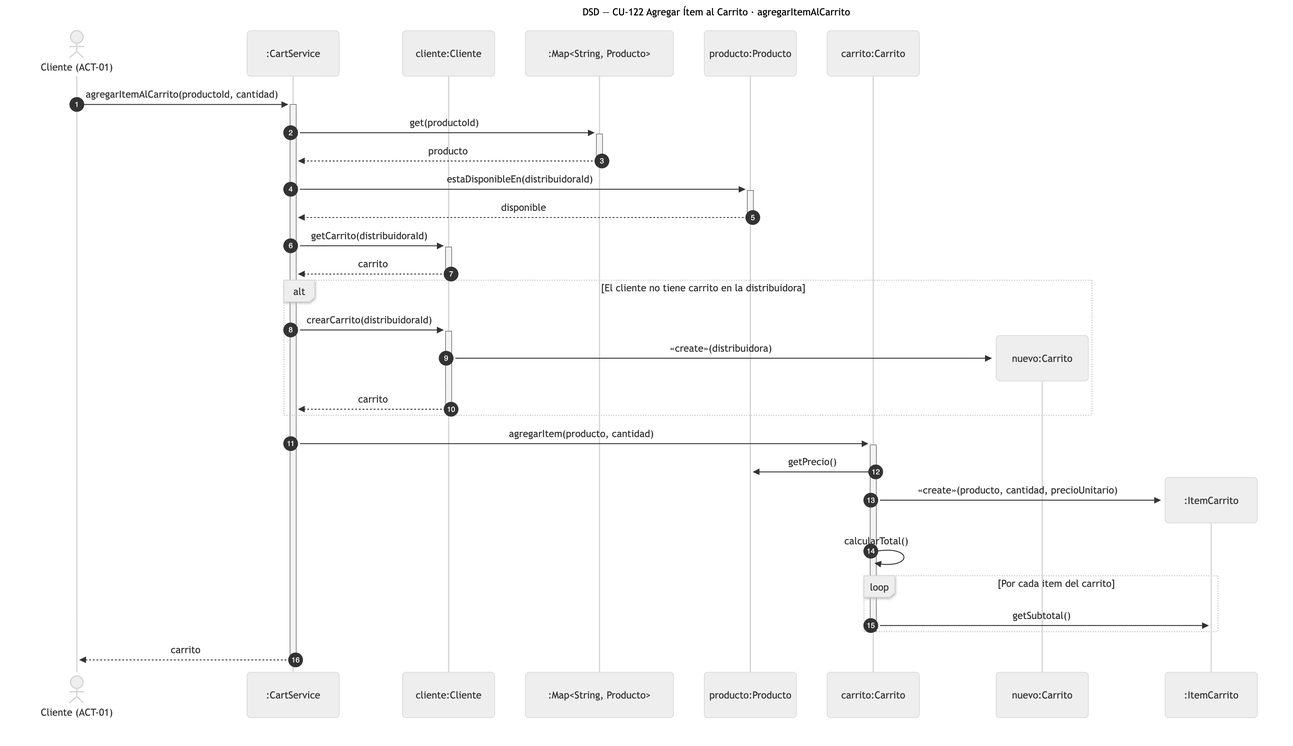
Before: diagramas/png/DSD_CU-122_agregarItemAlCarrito.png, a diagram exported from Mermaid (Nahuelito-Dev/splg-docs). Its source is kept beside it as diagramas/DSD_CU-122_agregarItemAlCarrito.mmd.
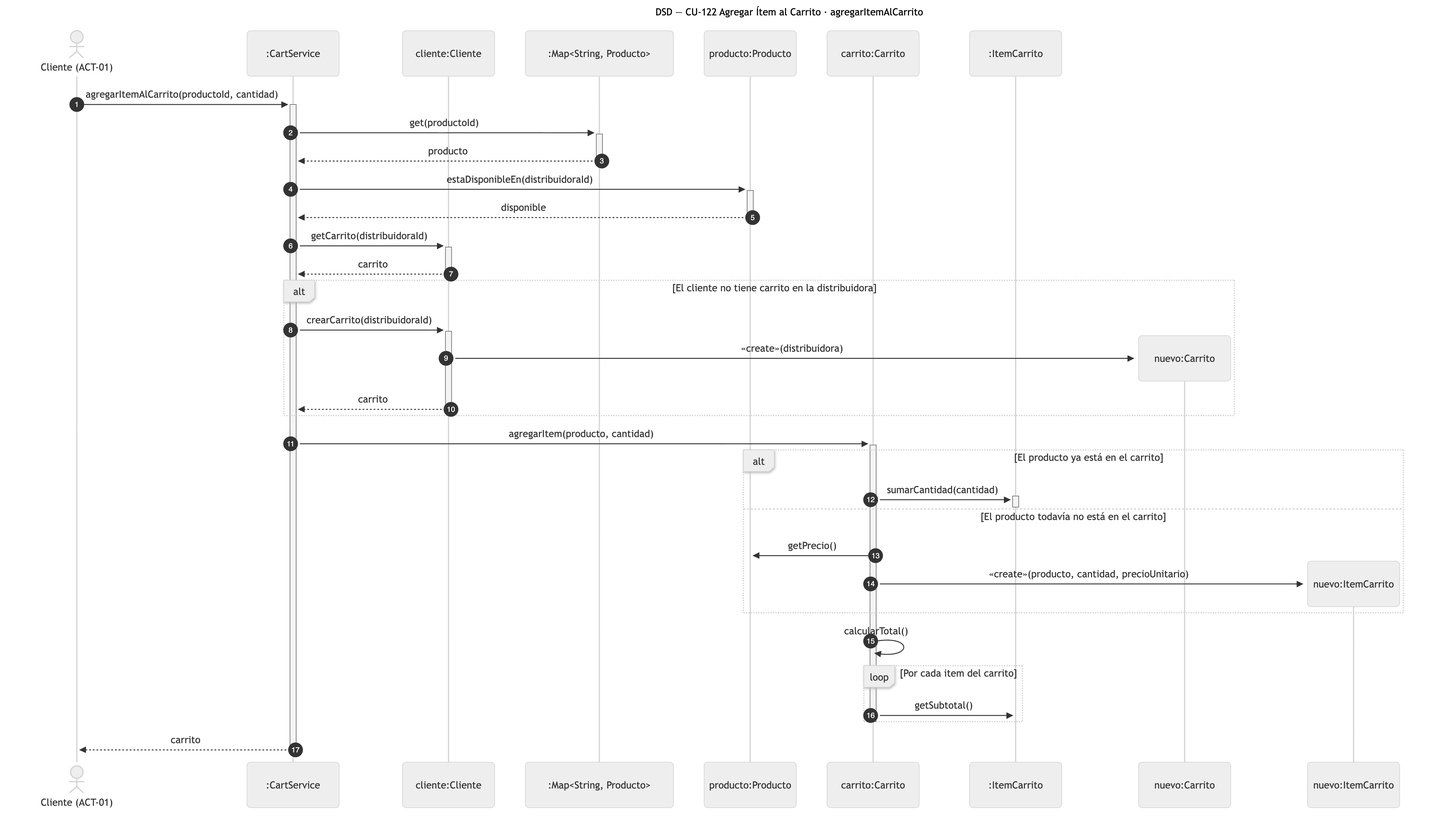
Above is the later version.

Change to the diagram source:
```diff
@@ -7,6 +7,7 @@
     participant PRODS as :Map#lt;String, Producto#gt;
     participant PRO as producto:Producto
     participant CAR as carrito:Carrito
+    participant ITC as :ItemCarrito
 
     CLI->>+SRV: agregarItemAlCarrito(productoId, cantidad)
     SRV->>+PRODS: get(productoId)
@@ -22,9 +23,14 @@
         CLE-->>-SRV: carrito
     end
     SRV->>+CAR: agregarItem(producto, cantidad)
-    CAR->>PRO: getPrecio()
-    create participant ITC as :ItemCarrito
-    CAR->>ITC: «create»(producto, cantidad, precioUnitario)
+    alt El producto ya está en el carrito
+        CAR->>+ITC: sumarCantidad(cantidad)
+        deactivate ITC
+    else El producto todavía no está en el carrito
+        CAR->>PRO: getPrecio()
+        create participant NIT as nuevo:ItemCarrito
+        CAR->>NIT: «create»(producto, cantidad, precioUnitario)
+    end
     CAR->>CAR: calcularTotal()
     loop Por cada item del carrito
         CAR->>ITC: getSubtotal()
```
